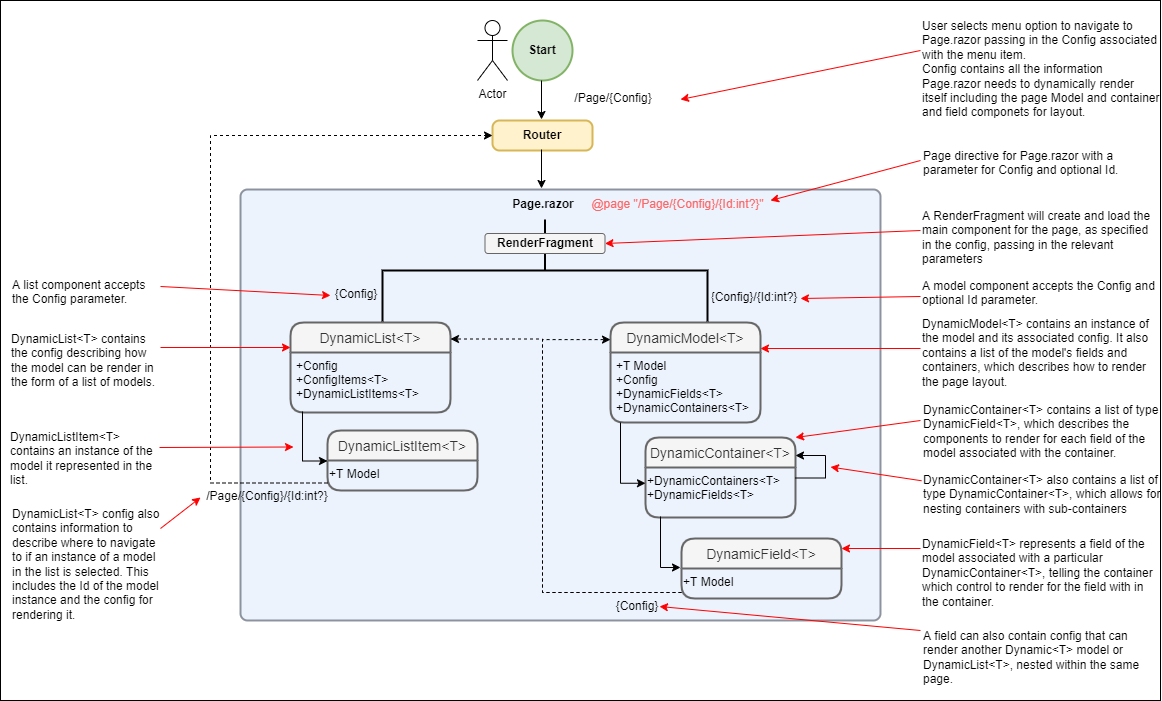
grantcolley/headway keeps this draw.io diagram as readme-images/PageRenderHierarchy.drawio.png. Above is the earlier version. Source tidied: cells renumbered, new cells last; positions are measured from the earlier drawing's top-left corner, leaving out a move shared by most shapes.
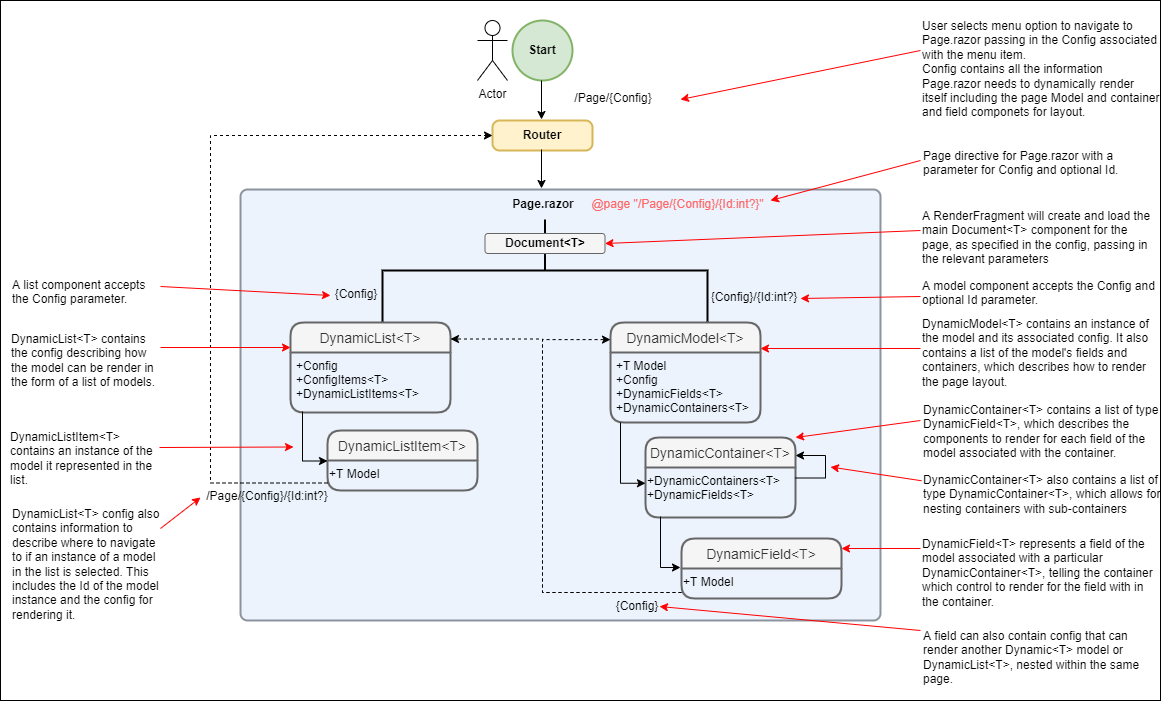
Later version of the same file.

What changed in the source:
```diff
@@ -219,7 +219,7 @@
     <mxCell id="48" value="A model component accepts the Config and optional Id parameter." style="text;html=1;strokeColor=none;fillColor=none;align=left;verticalAlign=top;whiteSpace=wrap;rounded=0;" parent="1" vertex="1">
       <mxGeometry x="920" y="272" width="240" height="48" as="geometry" />
     </mxCell>
-    <mxCell id="49" value="&lt;font color=&quot;#000000&quot;&gt;RenderFragment&lt;/font&gt;" style="rounded=1;whiteSpace=wrap;html=1;fontColor=#333333;fillColor=#f5f5f5;strokeColor=#666666;fontStyle=1;" parent="1" vertex="1">
+    <mxCell id="49" value="&lt;font color=&quot;#000000&quot;&gt;Document&amp;lt;T&amp;gt;&lt;/font&gt;" style="rounded=1;whiteSpace=wrap;html=1;fontColor=#333333;fillColor=#f5f5f5;strokeColor=#666666;fontStyle=1;" parent="1" vertex="1">
       <mxGeometry x="484.5" y="233" width="120" height="20" as="geometry" />
     </mxCell>
     <mxCell id="50" style="endArrow=classic;html=1;rounded=0;strokeColor=#FF0000;entryX=1;entryY=0.5;entryDx=0;entryDy=0;" parent="1" edge="1" target="49">
@@ -227,8 +227,8 @@
         <mxPoint x="920" y="230" as="sourcePoint" />
       </mxGeometry>
     </mxCell>
-    <mxCell id="51" value="A RenderFragment will create and load the main component for the page, as specified in the config, passing in the relevant parameters" style="text;html=1;strokeColor=none;fillColor=none;align=left;verticalAlign=top;whiteSpace=wrap;rounded=0;" parent="1" vertex="1">
-      <mxGeometry x="920" y="202" width="240" height="48" as="geometry" />
+    <mxCell id="51" value="A RenderFragment will create and load the main Document&amp;lt;T&amp;gt; component for the page, as specified in the config, passing in the relevant parameters" style="text;html=1;strokeColor=none;fillColor=none;align=left;verticalAlign=top;whiteSpace=wrap;rounded=0;" parent="1" vertex="1">
+      <mxGeometry x="920" y="202" width="240" height="68" as="geometry" />
     </mxCell>
     <mxCell id="52" value="DynamicModel&amp;lt;T&amp;gt; contains an instance of the model and its associated config. It also contains a list of the model's fields and containers, which describes how to render the page layout.&amp;nbsp;" style="text;html=1;strokeColor=none;fillColor=none;align=left;verticalAlign=top;whiteSpace=wrap;rounded=0;" parent="1" vertex="1">
       <mxGeometry x="920" y="310" width="240" height="90" as="geometry" />
```
